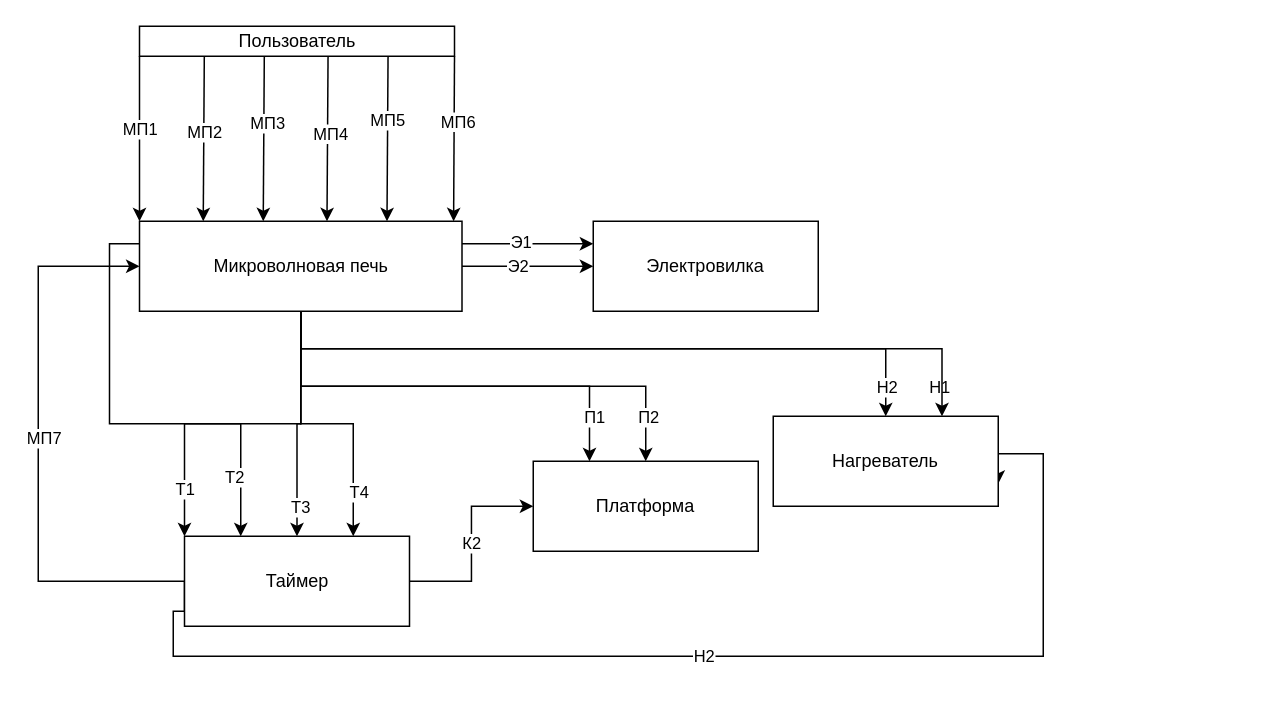
This is page "МВО" (4 of 6) of eduSem_4/objectOrientedProgramming/LR_5/AndreevAA_LR5_UML.drawio from AndreevAA/BMSTU, a draw.io file, before an edit. Source tidied: cells renumbered, new cells numbered last; positions are measured from the earlier drawing's top-left corner, leaving out a move shared by most shapes. Both pictures are drawn from the tidied source at 150%, with x=0, y=0 at pixel (38, 26).
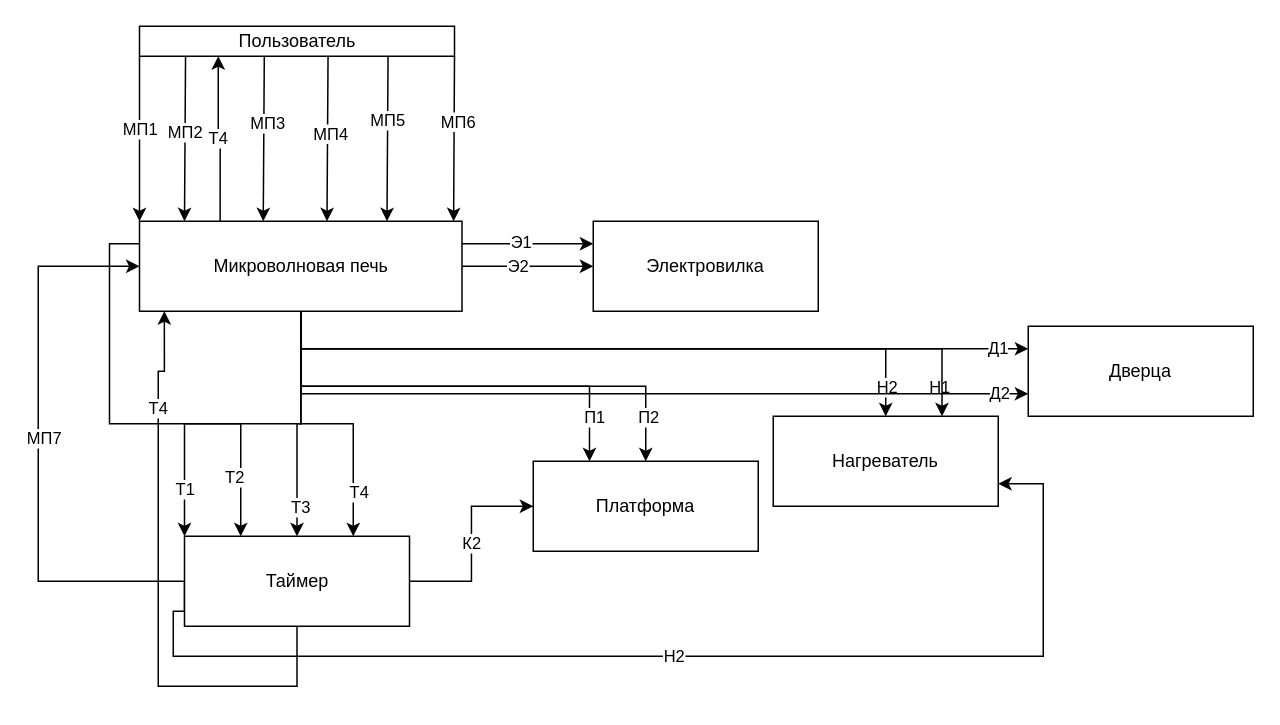
After the change.

Unchanged cells that the change refers to:
```xml
<mxCell id="2" value="Пользователь" style="rounded=0;whiteSpace=wrap;html=1;" parent="1" vertex="1">
  <mxGeometry x="67.5" width="210" height="20" as="geometry" />
</mxCell>
<mxCell id="23" value="Микроволновая печь" style="rounded=0;whiteSpace=wrap;html=1;" parent="1" vertex="1">
  <mxGeometry x="67.5" y="130" width="215" height="60" as="geometry" />
</mxCell>
<mxCell id="28" value="Таймер" style="rounded=0;whiteSpace=wrap;html=1;" parent="1" vertex="1">
  <mxGeometry x="97.5" y="340" width="150" height="60" as="geometry" />
</mxCell>
<mxCell id="31" value="Нагреватель" style="rounded=0;whiteSpace=wrap;html=1;" parent="1" vertex="1">
  <mxGeometry x="490" y="260" width="150" height="60" as="geometry" />
</mxCell>
```

Change to the diagram source:
```diff
@@
+    <mxCell id="44" value="Д1" style="edgeStyle=orthogonalEdgeStyle;rounded=0;jettySize=auto;html=1;exitX=0.5;exitY=1;exitDx=0;exitDy=0;entryX=0;entryY=0.25;entryDx=0;entryDy=0;" parent="1" edge="1" source="23" target="49">
+      <mxGeometry x="0.92" relative="1" as="geometry" />
+    </mxCell>
+    <mxCell id="45" value="Д2" style="edgeStyle=orthogonalEdgeStyle;rounded=0;jettySize=auto;html=1;exitX=0.5;exitY=1;exitDx=0;exitDy=0;entryX=0;entryY=0.75;entryDx=0;entryDy=0;" parent="1" edge="1" source="23" target="49">
+      <mxGeometry x="0.93" relative="1" as="geometry" />
+    </mxCell>
+    <mxCell id="46" value="Т4" style="edgeStyle=orthogonalEdgeStyle;rounded=0;jettySize=auto;html=1;exitX=0.25;exitY=0;exitDx=0;exitDy=0;entryX=0.25;entryY=1;entryDx=0;entryDy=0;" parent="1" edge="1" source="23" target="2">
+      <mxGeometry relative="1" as="geometry" />
+    </mxCell>
@@
     <mxCell id="27" value="Н2" style="edgeStyle=orthogonalEdgeStyle;rounded=0;jettySize=auto;html=1;exitX=0;exitY=0.5;exitDx=0;exitDy=0;entryX=1;entryY=0.75;entryDx=0;entryDy=0;" parent="1" edge="1" source="28" target="31">
       <mxGeometry relative="1" as="geometry">
         <Array as="points">
           <mxPoint x="98" y="390" />
           <mxPoint x="90" y="390" />
           <mxPoint x="90" y="420" />
           <mxPoint x="670" y="420" />
-          <mxPoint x="670" y="285" />
+          <mxPoint x="670" y="305" />
         </Array>
       </mxGeometry>
     </mxCell>
+    <mxCell id="47" style="edgeStyle=orthogonalEdgeStyle;rounded=0;jettySize=auto;html=1;exitX=0.5;exitY=1;exitDx=0;exitDy=0;entryX=0.077;entryY=1;entryDx=0;entryDy=0;entryPerimeter=0;" parent="1" edge="1" source="28" target="23">
+      <mxGeometry relative="1" as="geometry">
+        <Array as="points">
+          <mxPoint x="173" y="440" />
+          <mxPoint x="80" y="440" />
+          <mxPoint x="80" y="230" />
+          <mxPoint x="84" y="230" />
+        </Array>
+      </mxGeometry>
+    </mxCell>
+    <mxCell id="48" value="Т4" style="edgeLabel;html=1;align=center;verticalAlign=middle;" parent="47" vertex="1">
+      <mxGeometry x="0.65" y="1" relative="1" as="geometry">
+        <mxPoint y="1" as="offset" />
+      </mxGeometry>
+    </mxCell>
@@
     <mxCell id="34" style="endArrow=classic;html=1;exitX=0.092;exitY=1;exitDx=0;exitDy=0;exitPerimeter=0;entryX=0.25;entryY=0;entryDx=0;entryDy=0;" parent="1" edge="1">
       <mxGeometry relative="1" as="geometry">
-        <mxPoint x="110.7" y="20" as="sourcePoint" />
-        <mxPoint x="110" y="130" as="targetPoint" />
+        <mxPoint x="98.2" y="20" as="sourcePoint" />
+        <mxPoint x="97.5" y="130" as="targetPoint" />
       </mxGeometry>
     </mxCell>
@@
+    <mxCell id="49" value="Дверца" style="rounded=0;whiteSpace=wrap;html=1;" parent="1" vertex="1">
+      <mxGeometry x="660" y="200" width="150" height="60" as="geometry" />
+    </mxCell>
```
